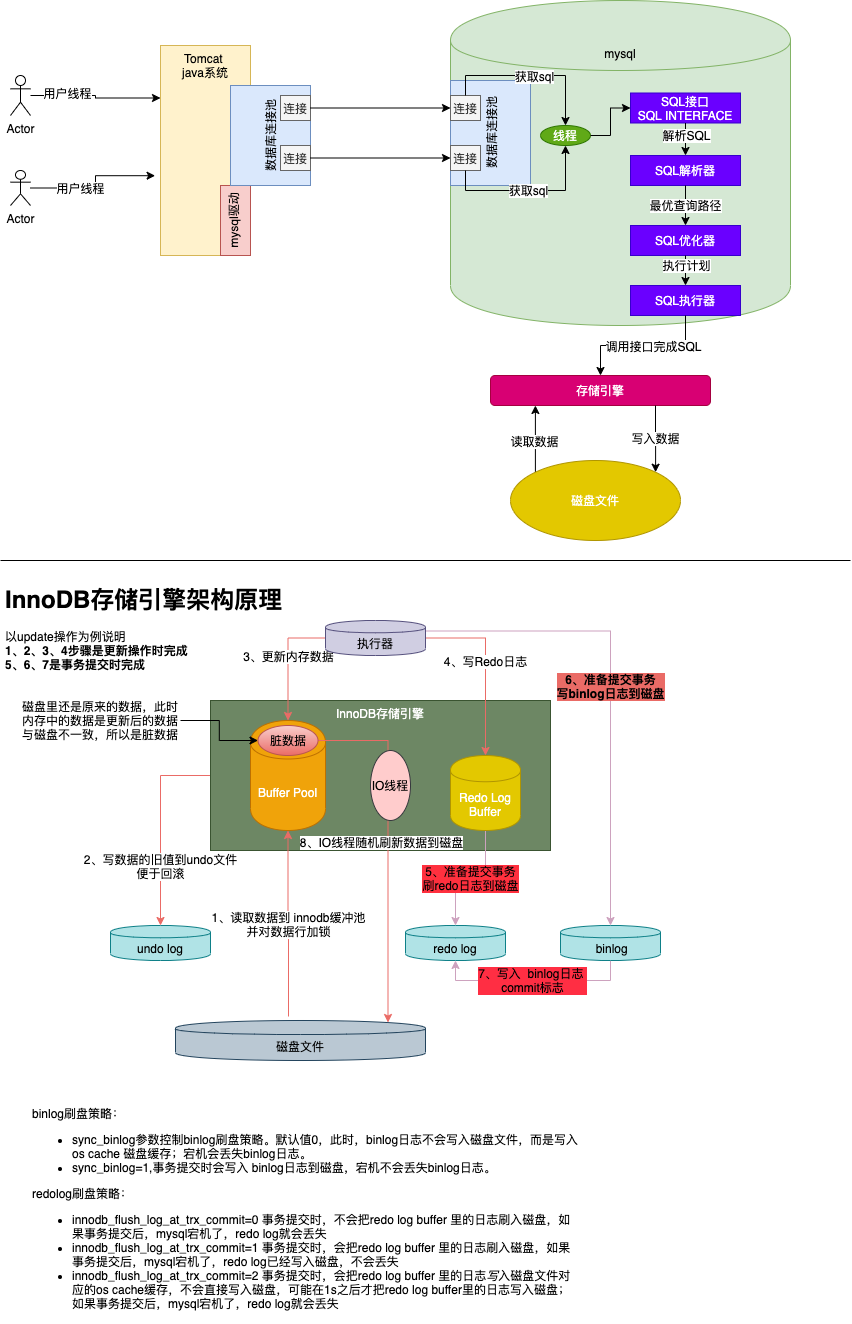
Before: mysql.png, a diagram exported from draw.io (ljz1315/doc). Source tidied: cells renumbered, new cells last; positions are measured from the earlier drawing's top-left corner, leaving out a move shared by most shapes.
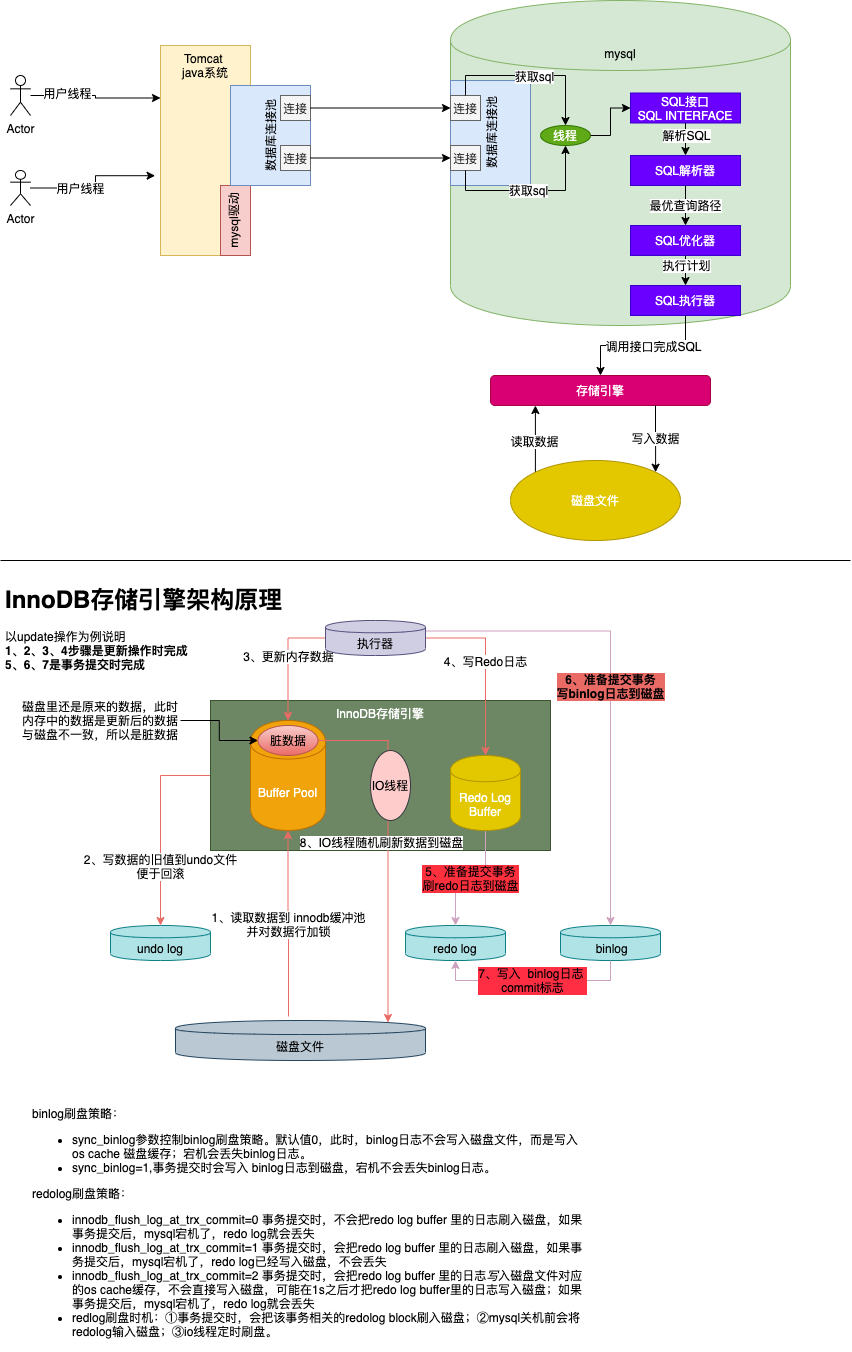
After the commit.

What changed in the source:
```diff
@@ -213,8 +213,8 @@
     <mxCell id="66" value="磁盘里还是原来的数据，此时内存中的数据是更新后的数据与磁盘不一致，所以是脏数据" style="text;html=1;strokeColor=none;fillColor=none;align=center;verticalAlign=middle;whiteSpace=wrap;rounded=0;" parent="1" vertex="1">
       <mxGeometry x="20" y="700" width="160" height="40" as="geometry" />
     </mxCell>
-    <mxCell id="67" value="binlog刷盘策略：&lt;br&gt;&lt;ul&gt;&lt;li&gt;sync_binlog参数控制binlog刷盘策略。默认值0，此时，binlog日志不会写入磁盘文件，而是写入os cache 磁盘缓存；宕机会丢失binlog日志。&lt;/li&gt;&lt;li&gt;sync_binlog=1,事务提交时会写入 binlog日志到磁盘，宕机不会丢失binlog日志。&lt;/li&gt;&lt;/ul&gt;&lt;div&gt;redolog刷盘策略：&lt;/div&gt;&lt;div&gt;&lt;ul&gt;&lt;li&gt;innodb_flush_log_at_trx_commit=0 事务提交时，不会把redo log buffer 里的日志刷入磁盘，如果事务提交后，mysql宕机了，redo log就会丢失&lt;/li&gt;&lt;li&gt;innodb_flush_log_at_trx_commit=1 事务提交时，会把redo log buffer 里的日志刷入磁盘，如果事务提交后，mysql宕机了，redo log已经写入磁盘，不会丢失&lt;/li&gt;&lt;li&gt;innodb_flush_log_at_trx_commit=2 事务提交时，会把redo log buffer 里的日志&lt;i&gt;写&lt;/i&gt;入磁盘文件对应的os cache缓存，不会直接写入磁盘，可能在1s之后才把redo log buffer里的日志写入磁盘；如果事务提交后，mysql宕机了，redo log就会丢失&lt;/li&gt;&lt;/ul&gt;&lt;/div&gt;" style="text;html=1;strokeColor=none;fillColor=none;align=left;verticalAlign=top;whiteSpace=wrap;rounded=0;" parent="1" vertex="1">
-      <mxGeometry x="30" y="1100" width="550" height="210" as="geometry" />
+    <mxCell id="67" value="binlog刷盘策略：&lt;br&gt;&lt;ul&gt;&lt;li&gt;sync_binlog参数控制binlog刷盘策略。默认值0，此时，binlog日志不会写入磁盘文件，而是写入os cache 磁盘缓存；宕机会丢失binlog日志。&lt;/li&gt;&lt;li&gt;sync_binlog=1,事务提交时会写入 binlog日志到磁盘，宕机不会丢失binlog日志。&lt;/li&gt;&lt;/ul&gt;&lt;div&gt;redolog刷盘策略：&lt;/div&gt;&lt;div&gt;&lt;ul&gt;&lt;li&gt;innodb_flush_log_at_trx_commit=0 事务提交时，不会把redo log buffer 里的日志刷入磁盘，如果事务提交后，mysql宕机了，redo log就会丢失&lt;/li&gt;&lt;li&gt;innodb_flush_log_at_trx_commit=1 事务提交时，会把redo log buffer 里的日志刷入磁盘，如果事务提交后，mysql宕机了，redo log已经写入磁盘，不会丢失&lt;/li&gt;&lt;li&gt;innodb_flush_log_at_trx_commit=2 事务提交时，会把redo log buffer 里的日志&lt;i&gt;写&lt;/i&gt;入磁盘文件对应的os cache缓存，不会直接写入磁盘，可能在1s之后才把redo log buffer里的日志写入磁盘；如果事务提交后，mysql宕机了，redo log就会丢失&lt;/li&gt;&lt;li&gt;redlog刷盘时机：①事务提交时，会把该事务相关的redolog block刷入磁盘；②mysql关机前会将redolog输入磁盘；③io线程定时刷盘。&lt;/li&gt;&lt;/ul&gt;&lt;/div&gt;" style="text;html=1;strokeColor=none;fillColor=none;align=left;verticalAlign=top;whiteSpace=wrap;rounded=0;" parent="1" vertex="1">
+      <mxGeometry x="30" y="1100" width="560" height="240" as="geometry" />
     </mxCell>
   </root>
 </mxGraphModel>
```
